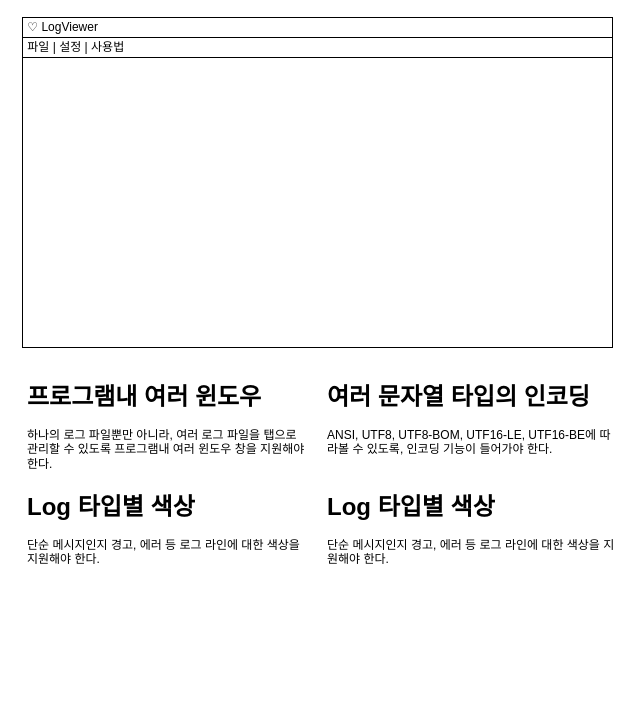
Above: Log View App.drawio in totoreu/WinAPI-Study (draw.io), before the change. Source tidied: cells renumbered, new cells numbered last; positions are measured from the earlier drawing's top-left corner, leaving out a move shared by most shapes. Both pictures are drawn from the tidied source at 100%, with x=0, y=0 at pixel (22, 17).
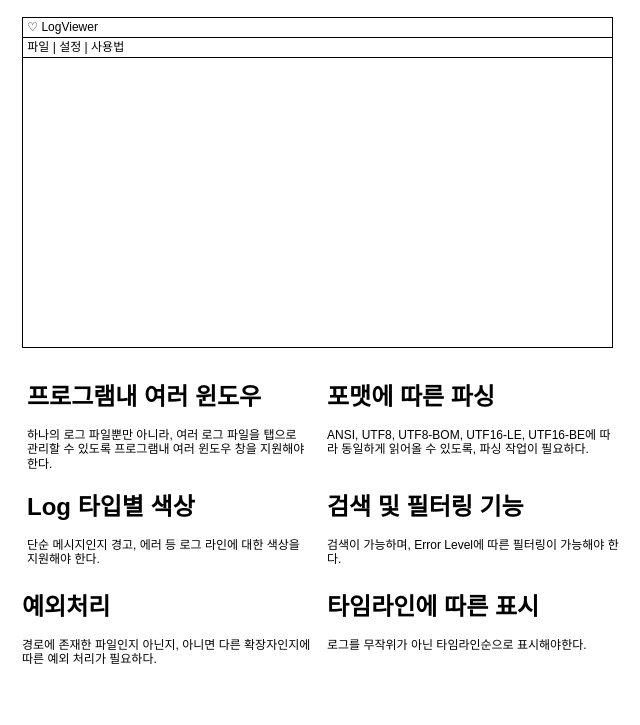
The same page after the edit.

The edit, as a diff of the source:
```diff
@@
 <mxGraphModel>
   <root>
     <mxCell id="0" />
     <mxCell id="1" parent="0" />
     <mxCell id="2" style="rounded=0;whiteSpace=wrap;html=1;" parent="1" vertex="1">
       <mxGeometry width="590" height="330" as="geometry" />
     </mxCell>
     <mxCell id="3" value="&amp;nbsp;♡ LogViewer" style="rounded=0;whiteSpace=wrap;html=1;align=left;" parent="1" vertex="1">
       <mxGeometry width="590" height="20" as="geometry" />
     </mxCell>
     <mxCell id="4" value="&amp;nbsp;파일 | 설정 | 사용법" style="rounded=0;whiteSpace=wrap;html=1;align=left;" parent="1" vertex="1">
       <mxGeometry y="20" width="590" height="20" as="geometry" />
     </mxCell>
     <mxCell id="5" value="&lt;h1&gt;프로그램내 여러 윈도우&lt;/h1&gt;&lt;p&gt;하나의 로그 파일뿐만 아니라, 여러 로그 파일을 탭으로 관리할 수 있도록 프로그램내 여러 윈도우 창을 지원해야한다.&lt;/p&gt;" style="text;html=1;strokeColor=none;fillColor=none;spacing=5;spacingTop=-20;whiteSpace=wrap;overflow=hidden;rounded=0;" parent="1" vertex="1">
       <mxGeometry y="360" width="290" height="120" as="geometry" />
     </mxCell>
-    <mxCell id="6" value="&lt;h1&gt;여러 문자열 타입의 인코딩&lt;/h1&gt;&lt;p&gt;ANSI, UTF8, UTF8-BOM, UTF16-LE, UTF16-BE에 따라볼 수 있도록, 인코딩 기능이 들어가야 한다.&lt;/p&gt;" style="text;html=1;strokeColor=none;fillColor=none;spacing=5;spacingTop=-20;whiteSpace=wrap;overflow=hidden;rounded=0;" parent="1" vertex="1">
+    <mxCell id="6" value="&lt;h1&gt;포맷에 따른 파싱&lt;/h1&gt;&lt;p&gt;ANSI, UTF8, UTF8-BOM, UTF16-LE, UTF16-BE에 따라 동일하게 읽어올 수 있도록, 파싱 작업이 필요하다.&lt;/p&gt;" style="text;html=1;strokeColor=none;fillColor=none;spacing=5;spacingTop=-20;whiteSpace=wrap;overflow=hidden;rounded=0;" parent="1" vertex="1">
       <mxGeometry x="300" y="360" width="300" height="120" as="geometry" />
     </mxCell>
     <mxCell id="7" value="&lt;h1&gt;Log 타입별 색상&lt;/h1&gt;&lt;p&gt;단순 메시지인지 경고, 에러 등 로그 라인에 대한 색상을 지원해야 한다.&lt;/p&gt;" style="text;html=1;strokeColor=none;fillColor=none;spacing=5;spacingTop=-20;whiteSpace=wrap;overflow=hidden;rounded=0;" parent="1" vertex="1">
       <mxGeometry y="470" width="290" height="120" as="geometry" />
     </mxCell>
-    <mxCell id="8" value="&lt;h1&gt;Log 타입별 색상&lt;/h1&gt;&lt;p&gt;단순 메시지인지 경고, 에러 등 로그 라인에 대한 색상을 지원해야 한다.&lt;/p&gt;" style="text;html=1;strokeColor=none;fillColor=none;spacing=5;spacingTop=-20;whiteSpace=wrap;overflow=hidden;rounded=0;" parent="1" vertex="1">
+    <mxCell id="8" value="&lt;h1&gt;검색 및 필터링 기능&lt;/h1&gt;&lt;p&gt;검색이 가능하며, Error Level에 따른 필터링이 가능해야 한다.&lt;/p&gt;" style="text;html=1;strokeColor=none;fillColor=none;spacing=5;spacingTop=-20;whiteSpace=wrap;overflow=hidden;rounded=0;" parent="1" vertex="1">
       <mxGeometry x="300" y="470" width="300" height="120" as="geometry" />
     </mxCell>
+    <mxCell id="9" value="&lt;h1&gt;예외처리&lt;/h1&gt;&lt;p&gt;경로에 존재한 파일인지 아닌지, 아니면 다른 확장자인지에 따른 예외 처리가 필요하다.&lt;/p&gt;" style="text;html=1;strokeColor=none;fillColor=none;spacing=5;spacingTop=-20;whiteSpace=wrap;overflow=hidden;rounded=0;" parent="1" vertex="1">
+      <mxGeometry x="-5" y="570" width="300" height="120" as="geometry" />
+    </mxCell>
+    <mxCell id="10" value="&lt;h1&gt;타임라인에 따른 표시&lt;/h1&gt;&lt;div&gt;로그를 무작위가 아닌 타임라인순으로 표시해야한다.&lt;/div&gt;" style="text;html=1;strokeColor=none;fillColor=none;spacing=5;spacingTop=-20;whiteSpace=wrap;overflow=hidden;rounded=0;" parent="1" vertex="1">
+      <mxGeometry x="300" y="570" width="300" height="120" as="geometry" />
+    </mxCell>
   </root>
 </mxGraphModel>
```
